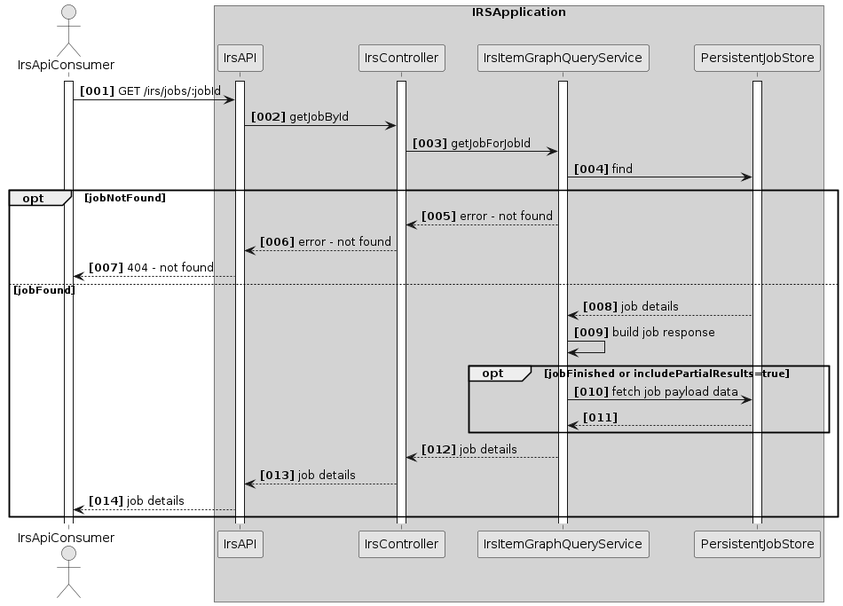
catenax-ng/tx-item-relationship-service keeps this PlantUML diagram as docs/assets/arc42/arc42_013.png. Above is the earlier version. Source of this version:
```plantuml
@startuml
skinparam monochrome true
skinparam shadowing false
autonumber "<b>[000]"

actor IrsApiConsumer
activate IrsApiConsumer


box "IRSApplication" #LightGrey
participant IrsAPI
activate IrsAPI
participant IrsController
activate IrsController
participant IrsItemGraphQueryService
activate IrsItemGraphQueryService
participant PersistentJobStore
activate PersistentJobStore

IrsApiConsumer -> IrsAPI : GET /irs/jobs/:jobId
IrsAPI -> IrsController :  getJobById
IrsController -> IrsItemGraphQueryService :  getJobForJobId
IrsItemGraphQueryService -> PersistentJobStore: find
opt jobNotFound
    IrsController <-- IrsItemGraphQueryService : error - not found
    IrsAPI <-- IrsController : error - not found
    IrsApiConsumer <-- IrsAPI : 404 - not found
else jobFound
    IrsItemGraphQueryService <-- PersistentJobStore: job details
    IrsItemGraphQueryService -> IrsItemGraphQueryService : build job response
    opt jobFinished or includePartialResults=true
        IrsItemGraphQueryService -> PersistentJobStore : fetch job payload data
        IrsItemGraphQueryService <-- PersistentJobStore
    end opt
    IrsController <-- IrsItemGraphQueryService : job details
    IrsAPI <-- IrsController : job details
    IrsApiConsumer <-- IrsAPI : job details
end opt


@enduml
```
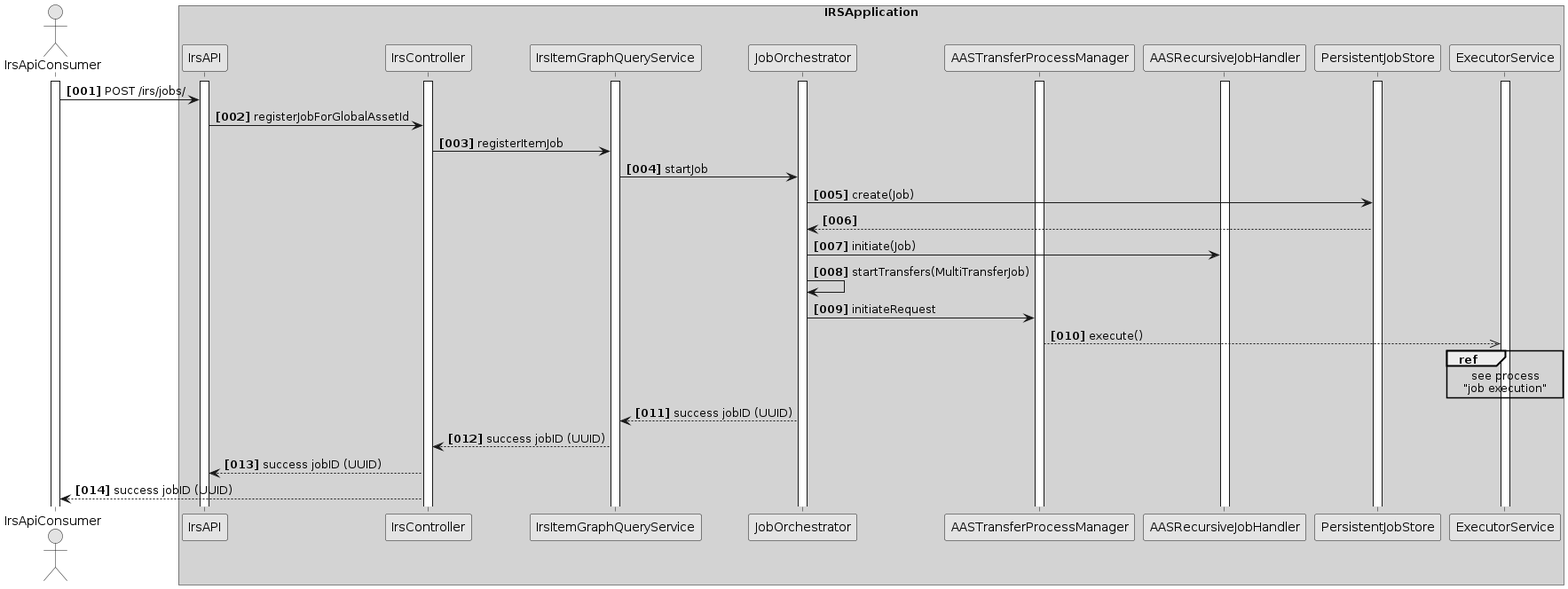
The same diagram one commit later.

What changed in the source:
```diff
@@ -14,28 +14,36 @@
 activate IrsController
 participant IrsItemGraphQueryService
 activate IrsItemGraphQueryService
+participant JobOrchestrator
+activate JobOrchestrator
+participant AASTransferProcessManager
+activate AASTransferProcessManager
+activate AASRecursiveJobHandler
 participant PersistentJobStore
 activate PersistentJobStore
+participant ExecutorService
+activate ExecutorService
 
-IrsApiConsumer -> IrsAPI : GET /irs/jobs/:jobId
-IrsAPI -> IrsController :  getJobById
-IrsController -> IrsItemGraphQueryService :  getJobForJobId
-IrsItemGraphQueryService -> PersistentJobStore: find
-opt jobNotFound
-    IrsController <-- IrsItemGraphQueryService : error - not found
-    IrsAPI <-- IrsController : error - not found
-    IrsApiConsumer <-- IrsAPI : 404 - not found
-else jobFound
-    IrsItemGraphQueryService <-- PersistentJobStore: job details
-    IrsItemGraphQueryService -> IrsItemGraphQueryService : build job response
-    opt jobFinished or includePartialResults=true
-        IrsItemGraphQueryService -> PersistentJobStore : fetch job payload data
-        IrsItemGraphQueryService <-- PersistentJobStore
-    end opt
-    IrsController <-- IrsItemGraphQueryService : job details
-    IrsAPI <-- IrsController : job details
-    IrsApiConsumer <-- IrsAPI : job details
-end opt
+IrsApiConsumer -> IrsAPI : POST /irs/jobs/
+IrsAPI -> IrsController :  registerJobForGlobalAssetId
+IrsController -> IrsItemGraphQueryService :  registerItemJob
+IrsItemGraphQueryService -> JobOrchestrator: startJob
+JobOrchestrator -> PersistentJobStore: create(Job)
+JobOrchestrator <-- PersistentJobStore:
+
+JobOrchestrator -> AASRecursiveJobHandler: initiate(Job)
+JobOrchestrator -> JobOrchestrator: startTransfers(MultiTransferJob)
+JobOrchestrator -> AASTransferProcessManager : initiateRequest
+AASTransferProcessManager -->> ExecutorService : execute()
+ref over ExecutorService
+see process
+"job execution"
+end ref
+
+IrsItemGraphQueryService <-- JobOrchestrator : success jobID (UUID)
+IrsController <-- IrsItemGraphQueryService : success jobID (UUID)
+IrsAPI <-- IrsController : success jobID (UUID)
+IrsApiConsumer <-- IrsController : success jobID (UUID)
 
 
 @enduml
```
